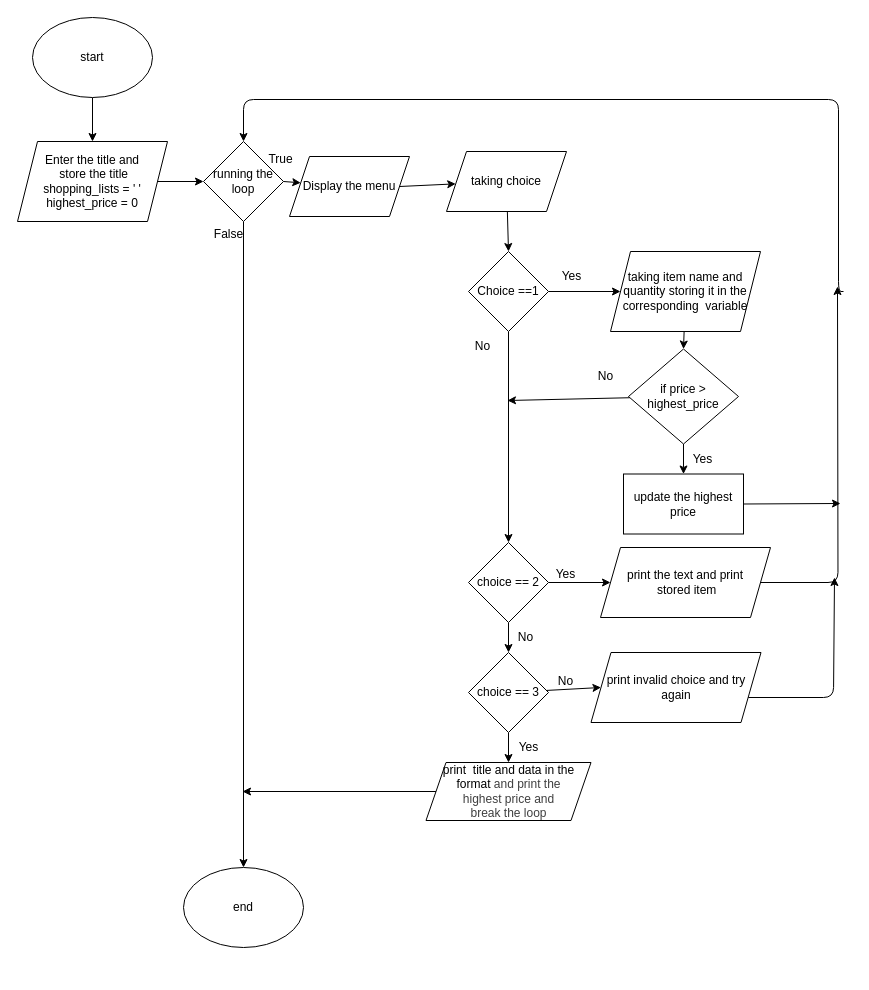
The draw.io diagram main.dio in 0xSparky/ENTRY_TICKET, before the edit. Source tidied: cells renumbered, new cells numbered last; positions are measured from the earlier drawing's top-left corner, leaving out a move shared by most shapes. Both pictures are drawn from the tidied source at 100%, with x=0, y=0 at pixel (17, 17).
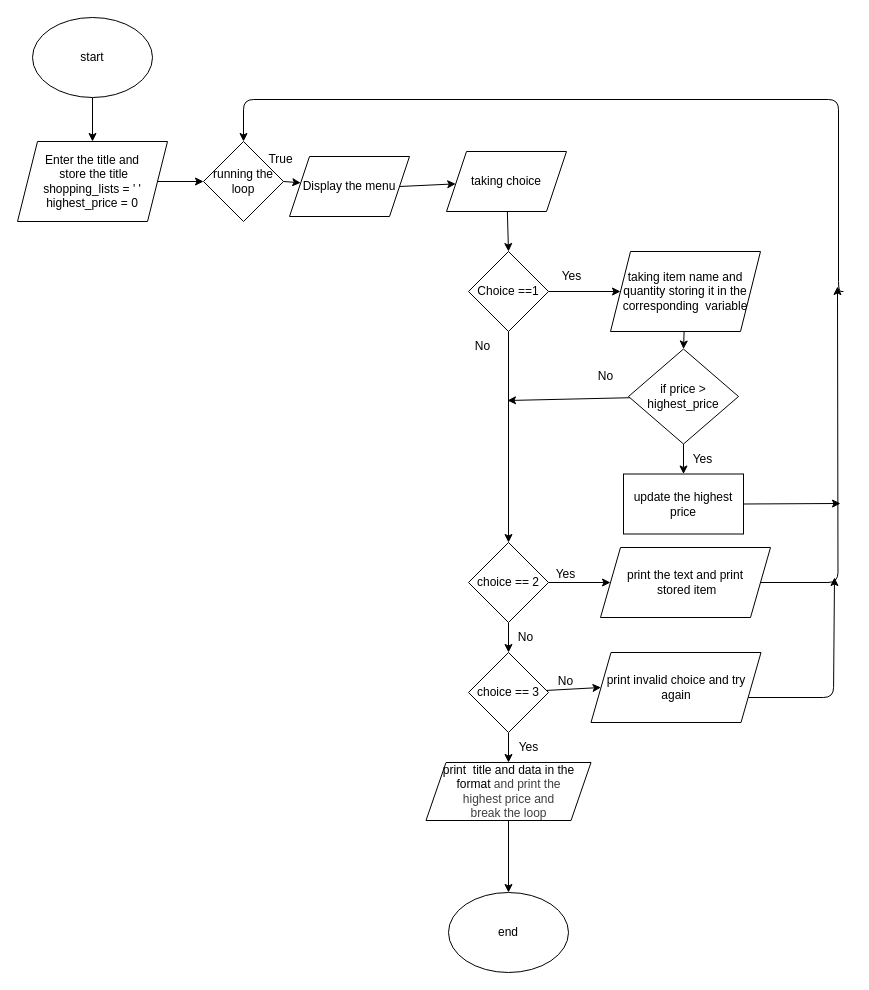
Above is the later version.

The change refers to these unchanged cells:
```xml
<mxCell id="7" value="running the loop" style="rhombus;whiteSpace=wrap;html=1;" parent="1" vertex="1">
  <mxGeometry x="186" y="124" width="80" height="80" as="geometry" />
</mxCell>
<mxCell id="25" value="print&amp;nbsp; title and data in the format&lt;span style=&quot;color: rgb(63, 63, 63); background-color: transparent;&quot;&gt;&amp;nbsp;and print the&lt;/span&gt;&lt;div&gt;&lt;span style=&quot;color: rgb(63, 63, 63); background-color: transparent;&quot;&gt;&amp;nbsp;highest price and&amp;nbsp;&lt;/span&gt;&lt;/div&gt;&lt;div&gt;&lt;span style=&quot;color: rgb(63, 63, 63); background-color: transparent;&quot;&gt;break the loop&lt;/span&gt;&lt;/div&gt;" style="shape=parallelogram;perimeter=parallelogramPerimeter;whiteSpace=wrap;html=1;fixedSize=1;" parent="1" vertex="1">
  <mxGeometry x="408.5" y="745" width="165" height="58" as="geometry" />
</mxCell>
```

Diff of the diagram source:
```diff
@@
-    <mxCell id="6" style="edgeStyle=none;html=1;entryX=0.5;entryY=0;entryDx=0;entryDy=0;" parent="1" edge="1" source="7" target="35">
-      <mxGeometry relative="1" as="geometry" />
-    </mxCell>
@@
-    <mxCell id="9" value="False&lt;div&gt;&lt;br&gt;&lt;/div&gt;" style="text;html=1;align=center;verticalAlign=middle;strokeColor=none;fillColor=none;" parent="1" vertex="1">
-      <mxGeometry x="186" y="204" width="50" height="40" as="geometry" />
-    </mxCell>
@@
-    <mxCell id="24" style="edgeStyle=none;html=1;" parent="1" edge="1" source="25">
-      <mxGeometry relative="1" as="geometry">
-        <mxPoint x="225" y="774" as="targetPoint" />
-      </mxGeometry>
-    </mxCell>
+    <mxCell id="47" style="edgeStyle=none;html=1;entryX=0.5;entryY=0;entryDx=0;entryDy=0;" parent="1" edge="1" source="25" target="35">
+      <mxGeometry relative="1" as="geometry" />
+    </mxCell>
@@
     <mxCell id="35" value="end" style="ellipse;whiteSpace=wrap;html=1;" parent="1" vertex="1">
-      <mxGeometry x="166" y="850" width="120" height="80" as="geometry" />
+      <mxGeometry x="431" y="875" width="120" height="80" as="geometry" />
     </mxCell>
```
